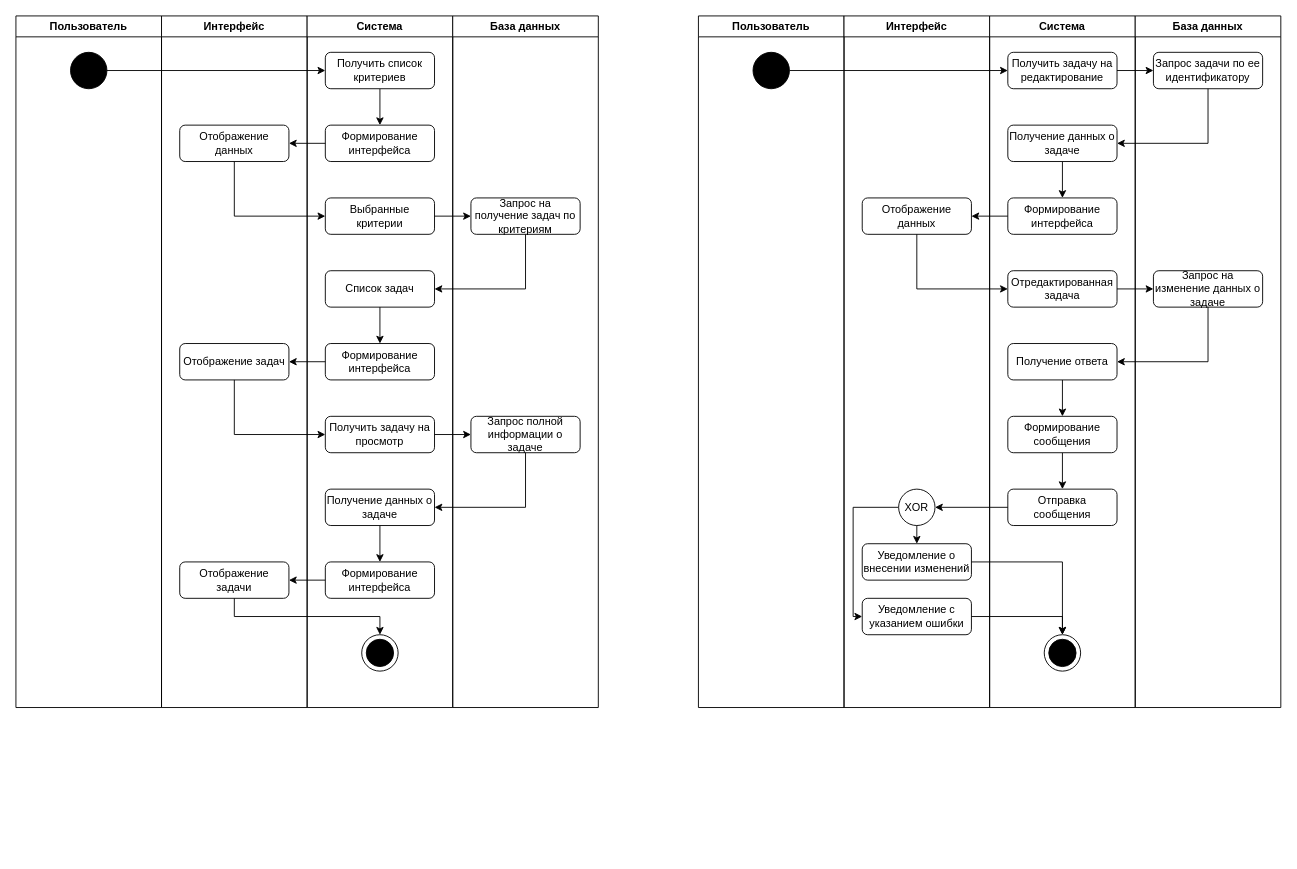
Earlier version of the draw.io diagram ActivityDiagram.drawio (BaronVice/schemas). Source tidied: cells renumbered, new cells numbered last; positions are measured from the earlier drawing's top-left corner, leaving out a move shared by most shapes. Both pictures are drawn from the tidied source at 91%, with x=0, y=0 at pixel (15, 15).
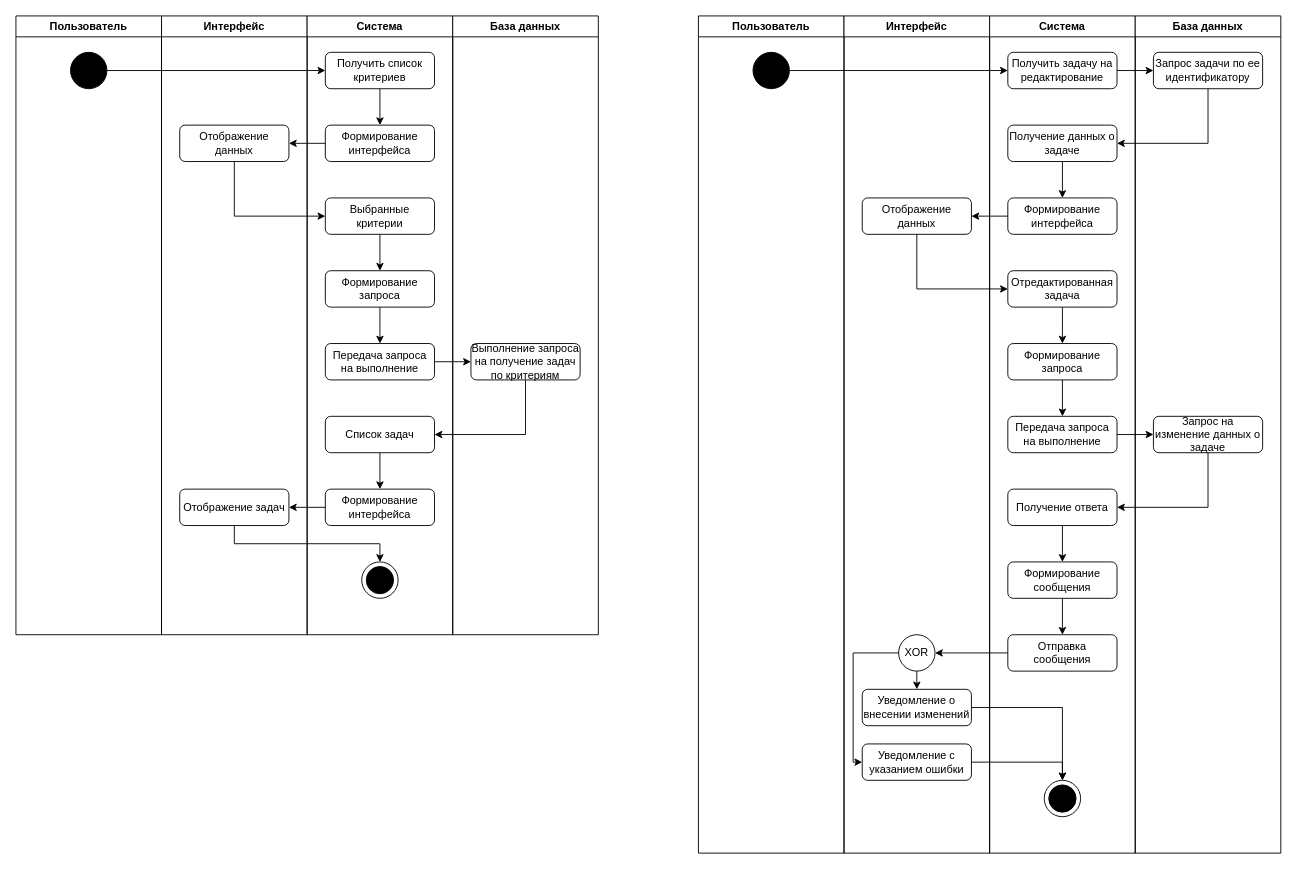
After the change.

Unchanged cells that the change refers to:
```xml
<mxCell id="14" value="Выбранные критерии" style="rounded=1;whiteSpace=wrap;html=1;" parent="8" vertex="1">
  <mxGeometry x="20" y="200" width="120" height="40" as="geometry" />
</mxCell>
<mxCell id="44" value="Отредактированная задача" style="rounded=1;whiteSpace=wrap;html=1;" parent="42" vertex="1">
  <mxGeometry x="-140" y="280" width="120" height="40" as="geometry" />
</mxCell>
```

Change to the diagram source:
```diff
@@
     <mxCell id="2" value="Пользователь" style="swimlane;whiteSpace=wrap;html=1;" parent="1" vertex="1">
-      <mxGeometry width="160" height="760" as="geometry" />
+      <mxGeometry width="160" height="680" as="geometry" />
     </mxCell>
@@
     <mxCell id="4" value="Интерфейс" style="swimlane;whiteSpace=wrap;html=1;" parent="1" vertex="1">
-      <mxGeometry x="160" width="160" height="760" as="geometry" />
+      <mxGeometry x="160" width="160" height="680" as="geometry" />
     </mxCell>
@@
     <mxCell id="6" value="Отображение задач" style="rounded=1;whiteSpace=wrap;html=1;" parent="4" vertex="1">
-      <mxGeometry x="20" y="360" width="120" height="40" as="geometry" />
+      <mxGeometry x="20" y="520" width="120" height="40" as="geometry" />
     </mxCell>
-    <mxCell id="7" value="Отображение задачи" style="rounded=1;whiteSpace=wrap;html=1;" parent="4" vertex="1">
-      <mxGeometry x="20" y="600" width="120" height="40" as="geometry" />
-    </mxCell>
     <mxCell id="8" value="Система" style="swimlane;whiteSpace=wrap;html=1;" parent="1" vertex="1">
-      <mxGeometry x="320" width="160" height="760" as="geometry" />
+      <mxGeometry x="320" width="160" height="680" as="geometry" />
     </mxCell>
@@
     <mxCell id="12" style="ellipse;whiteSpace=wrap;html=1;" parent="8" vertex="1">
-      <mxGeometry x="60" y="680" width="40" height="40" as="geometry" />
+      <mxGeometry x="60" y="600" width="40" height="40" as="geometry" />
     </mxCell>
     <mxCell id="13" style="ellipse;whiteSpace=wrap;html=1;fillColor=#000000;" parent="8" vertex="1">
-      <mxGeometry x="65" y="685" width="30" height="30" as="geometry" />
+      <mxGeometry x="65" y="605" width="30" height="30" as="geometry" />
     </mxCell>
+    <mxCell id="71" style="edgeStyle=orthogonalEdgeStyle;rounded=0;jettySize=auto;html=1;exitX=0.5;exitY=1;exitDx=0;exitDy=0;entryX=0.5;entryY=0;entryDx=0;entryDy=0;" parent="8" edge="1" source="14" target="73">
+      <mxGeometry relative="1" as="geometry" />
+    </mxCell>
@@
+    <mxCell id="19" style="edgeStyle=orthogonalEdgeStyle;rounded=0;orthogonalLoop=1;jettySize=auto;html=1;exitX=0.5;exitY=1;exitDx=0;exitDy=0;entryX=0.5;entryY=0;entryDx=0;entryDy=0;" parent="8" edge="1">
+      <mxGeometry relative="1" as="geometry">
+        <mxPoint x="80" y="560" as="sourcePoint" />
+      </mxGeometry>
+    </mxCell>
+    <mxCell id="72" style="edgeStyle=orthogonalEdgeStyle;rounded=0;jettySize=auto;html=1;exitX=0.5;exitY=1;exitDx=0;exitDy=0;entryX=0.5;entryY=0;entryDx=0;entryDy=0;" parent="8" edge="1" source="73" target="74">
+      <mxGeometry relative="1" as="geometry" />
+    </mxCell>
+    <mxCell id="73" value="Формирование запроса" style="rounded=1;whiteSpace=wrap;html=1;" parent="8" vertex="1">
+      <mxGeometry x="20" y="280" width="120" height="40" as="geometry" />
+    </mxCell>
+    <mxCell id="74" value="Передача запроса на выполнение" style="rounded=1;whiteSpace=wrap;html=1;" parent="8" vertex="1">
+      <mxGeometry x="20" y="360" width="120" height="40" as="geometry" />
+    </mxCell>
     <mxCell id="15" value="Список задач" style="rounded=1;whiteSpace=wrap;html=1;" parent="8" vertex="1">
-      <mxGeometry x="20" y="280" width="120" height="40" as="geometry" />
+      <mxGeometry x="20" y="440" width="120" height="40" as="geometry" />
     </mxCell>
     <mxCell id="16" value="Формирование интерфейса" style="rounded=1;whiteSpace=wrap;html=1;" parent="8" vertex="1">
-      <mxGeometry x="20" y="360" width="120" height="40" as="geometry" />
+      <mxGeometry x="20" y="520" width="120" height="40" as="geometry" />
     </mxCell>
@@
-    <mxCell id="18" value="Получить задачу на просмотр" style="rounded=1;whiteSpace=wrap;html=1;" parent="8" vertex="1">
-      <mxGeometry x="20" y="440" width="120" height="40" as="geometry" />
-    </mxCell>
-    <mxCell id="19" style="edgeStyle=orthogonalEdgeStyle;rounded=0;jettySize=auto;html=1;exitX=0.5;exitY=1;exitDx=0;exitDy=0;entryX=0.5;entryY=0;entryDx=0;entryDy=0;" parent="8" edge="1" source="20" target="21">
-      <mxGeometry relative="1" as="geometry" />
-    </mxCell>
-    <mxCell id="20" value="Получение данных о задаче" style="rounded=1;whiteSpace=wrap;html=1;" parent="8" vertex="1">
-      <mxGeometry x="20" y="520" width="120" height="40" as="geometry" />
-    </mxCell>
-    <mxCell id="21" value="Формирование интерфейса" style="rounded=1;whiteSpace=wrap;html=1;" parent="8" vertex="1">
-      <mxGeometry x="20" y="600" width="120" height="40" as="geometry" />
-    </mxCell>
     <mxCell id="22" value="База данных" style="swimlane;whiteSpace=wrap;html=1;" parent="1" vertex="1">
-      <mxGeometry x="480" width="160" height="760" as="geometry" />
+      <mxGeometry x="480" width="160" height="680" as="geometry" />
     </mxCell>
-    <mxCell id="23" value="Запрос на получение задач по критериям" style="rounded=1;whiteSpace=wrap;html=1;" parent="22" vertex="1">
-      <mxGeometry x="20" y="200" width="120" height="40" as="geometry" />
+    <mxCell id="23" value="Выполнение запроса на получение задач по критериям" style="rounded=1;whiteSpace=wrap;html=1;" parent="22" vertex="1">
+      <mxGeometry x="20" y="360" width="120" height="40" as="geometry" />
     </mxCell>
-    <mxCell id="24" value="Запрос полной информации о задаче" style="rounded=1;whiteSpace=wrap;html=1;" parent="22" vertex="1">
-      <mxGeometry x="20" y="440" width="120" height="40" as="geometry" />
-    </mxCell>
@@
     <mxCell id="26" value="Пользователь" style="swimlane;whiteSpace=wrap;html=1;" parent="1" vertex="1">
-      <mxGeometry x="750" width="160" height="760" as="geometry" />
+      <mxGeometry x="750" width="160" height="920" as="geometry" />
     </mxCell>
@@
     <mxCell id="28" value="Интерфейс" style="swimlane;whiteSpace=wrap;html=1;" parent="1" vertex="1">
-      <mxGeometry x="910" width="160" height="760" as="geometry" />
+      <mxGeometry x="910" width="160" height="920" as="geometry" />
     </mxCell>
@@
-    <mxCell id="30" value="Уведомление о внесении изменений" style="rounded=1;whiteSpace=wrap;html=1;" parent="28" vertex="1">
-      <mxGeometry x="20" y="580" width="120" height="40" as="geometry" />
-    </mxCell>
-    <mxCell id="31" value="Уведомление с указанием ошибки" style="rounded=1;whiteSpace=wrap;html=1;" parent="28" vertex="1">
-      <mxGeometry x="20" y="640" width="120" height="40" as="geometry" />
-    </mxCell>
-    <mxCell id="32" style="edgeStyle=orthogonalEdgeStyle;rounded=0;jettySize=auto;html=1;exitX=0.5;exitY=1;exitDx=0;exitDy=0;entryX=0.5;entryY=0;entryDx=0;entryDy=0;" parent="28" edge="1" source="34" target="30">
-      <mxGeometry relative="1" as="geometry" />
-    </mxCell>
-    <mxCell id="33" style="edgeStyle=orthogonalEdgeStyle;rounded=0;jettySize=auto;html=1;exitX=0;exitY=0.5;exitDx=0;exitDy=0;entryX=0;entryY=0.5;entryDx=0;entryDy=0;" parent="28" edge="1" source="34" target="31">
-      <mxGeometry relative="1" as="geometry">
-        <Array as="points">
-          <mxPoint x="10" y="540" />
-          <mxPoint x="10" y="660" />
-        </Array>
-      </mxGeometry>
-    </mxCell>
-    <mxCell id="34" value="XOR" style="ellipse;whiteSpace=wrap;html=1;" parent="28" vertex="1">
-      <mxGeometry x="60" y="520" width="40" height="40" as="geometry" />
-    </mxCell>
     <mxCell id="35" value="Система" style="swimlane;whiteSpace=wrap;html=1;" parent="1" vertex="1">
-      <mxGeometry x="1070" width="160" height="760" as="geometry" />
+      <mxGeometry x="1070" width="160" height="920" as="geometry" />
     </mxCell>
@@
+    <mxCell id="50" value="Запрос на изменение данных о задаче" style="rounded=1;whiteSpace=wrap;html=1;" parent="35" vertex="1">
+      <mxGeometry x="180" y="440" width="120" height="40" as="geometry" />
+    </mxCell>
+    <mxCell id="46" value="Получение ответа" style="rounded=1;whiteSpace=wrap;html=1;" parent="35" vertex="1">
+      <mxGeometry x="20" y="520" width="120" height="40" as="geometry" />
+    </mxCell>
+    <mxCell id="48" value="&lt;div&gt;Формирование сообщения&lt;/div&gt;" style="rounded=1;whiteSpace=wrap;html=1;" parent="35" vertex="1">
+      <mxGeometry x="20" y="600" width="120" height="40" as="geometry" />
+    </mxCell>
+    <mxCell id="49" value="&lt;div&gt;Отправка сообщения&lt;/div&gt;" style="rounded=1;whiteSpace=wrap;html=1;" parent="35" vertex="1">
+      <mxGeometry x="20" y="680" width="120" height="40" as="geometry" />
+    </mxCell>
+    <mxCell id="34" value="XOR" style="ellipse;whiteSpace=wrap;html=1;" parent="35" vertex="1">
+      <mxGeometry x="-100" y="680" width="40" height="40" as="geometry" />
+    </mxCell>
+    <mxCell id="30" value="Уведомление о внесении изменений" style="rounded=1;whiteSpace=wrap;html=1;" parent="35" vertex="1">
+      <mxGeometry x="-140" y="740" width="120" height="40" as="geometry" />
+    </mxCell>
+    <mxCell id="31" value="Уведомление с указанием ошибки" style="rounded=1;whiteSpace=wrap;html=1;" parent="35" vertex="1">
+      <mxGeometry x="-140" y="800" width="120" height="40" as="geometry" />
+    </mxCell>
+    <mxCell id="52" style="edgeStyle=orthogonalEdgeStyle;rounded=0;jettySize=auto;html=1;exitX=0.5;exitY=1;exitDx=0;exitDy=0;entryX=1;entryY=0.5;entryDx=0;entryDy=0;" parent="35" edge="1" source="50" target="46">
+      <mxGeometry relative="1" as="geometry" />
+    </mxCell>
     <mxCell id="40" style="ellipse;whiteSpace=wrap;html=1;" parent="35" vertex="1">
-      <mxGeometry x="60" y="680" width="40" height="40" as="geometry" />
+      <mxGeometry x="60" y="840" width="40" height="40" as="geometry" />
     </mxCell>
+    <mxCell id="45" style="edgeStyle=orthogonalEdgeStyle;rounded=0;jettySize=auto;html=1;exitX=0.5;exitY=1;exitDx=0;exitDy=0;entryX=0.5;entryY=0;entryDx=0;entryDy=0;" parent="35" edge="1" source="46" target="48">
+      <mxGeometry relative="1" as="geometry" />
+    </mxCell>
     <mxCell id="41" style="ellipse;whiteSpace=wrap;html=1;fillColor=#000000;" parent="35" vertex="1">
-      <mxGeometry x="65" y="685" width="30" height="30" as="geometry" />
+      <mxGeometry x="65" y="845" width="30" height="30" as="geometry" />
     </mxCell>
+    <mxCell id="47" style="edgeStyle=orthogonalEdgeStyle;rounded=0;jettySize=auto;html=1;exitX=0.5;exitY=1;exitDx=0;exitDy=0;entryX=0.5;entryY=0;entryDx=0;entryDy=0;" parent="35" edge="1" source="48" target="49">
+      <mxGeometry relative="1" as="geometry" />
+    </mxCell>
+    <mxCell id="58" style="edgeStyle=orthogonalEdgeStyle;rounded=0;jettySize=auto;html=1;exitX=0;exitY=0.5;exitDx=0;exitDy=0;entryX=1;entryY=0.5;entryDx=0;entryDy=0;" parent="35" edge="1" source="49" target="34">
+      <mxGeometry relative="1" as="geometry" />
+    </mxCell>
+    <mxCell id="59" style="edgeStyle=orthogonalEdgeStyle;rounded=0;jettySize=auto;html=1;exitX=1;exitY=0.5;exitDx=0;exitDy=0;entryX=0.5;entryY=0;entryDx=0;entryDy=0;" parent="35" edge="1" source="30" target="40">
+      <mxGeometry relative="1" as="geometry" />
+    </mxCell>
+    <mxCell id="32" style="edgeStyle=orthogonalEdgeStyle;rounded=0;jettySize=auto;html=1;exitX=0.5;exitY=1;exitDx=0;exitDy=0;entryX=0.5;entryY=0;entryDx=0;entryDy=0;" parent="35" edge="1" source="34" target="30">
+      <mxGeometry relative="1" as="geometry" />
+    </mxCell>
+    <mxCell id="60" style="edgeStyle=orthogonalEdgeStyle;rounded=0;jettySize=auto;html=1;exitX=1;exitY=0.5;exitDx=0;exitDy=0;entryX=0.5;entryY=0;entryDx=0;entryDy=0;" parent="35" edge="1" source="31" target="40">
+      <mxGeometry relative="1" as="geometry" />
+    </mxCell>
+    <mxCell id="33" style="edgeStyle=orthogonalEdgeStyle;rounded=0;jettySize=auto;html=1;exitX=0;exitY=0.5;exitDx=0;exitDy=0;entryX=0;entryY=0.5;entryDx=0;entryDy=0;" parent="35" edge="1" source="34" target="31">
+      <mxGeometry relative="1" as="geometry">
+        <Array as="points">
+          <mxPoint x="-150" y="700" />
+          <mxPoint x="-150" y="820" />
+        </Array>
+      </mxGeometry>
+    </mxCell>
+    <mxCell id="75" style="edgeStyle=orthogonalEdgeStyle;rounded=0;jettySize=auto;html=1;exitX=0.5;exitY=1;exitDx=0;exitDy=0;entryX=0.5;entryY=0;entryDx=0;entryDy=0;" parent="35" edge="1" source="76" target="78">
+      <mxGeometry relative="1" as="geometry" />
+    </mxCell>
+    <mxCell id="76" value="Формирование запроса" style="rounded=1;whiteSpace=wrap;html=1;" parent="35" vertex="1">
+      <mxGeometry x="20" y="360" width="120" height="40" as="geometry" />
+    </mxCell>
+    <mxCell id="77" style="edgeStyle=orthogonalEdgeStyle;rounded=0;jettySize=auto;html=1;exitX=1;exitY=0.5;exitDx=0;exitDy=0;entryX=0;entryY=0.5;entryDx=0;entryDy=0;" parent="35" edge="1" source="78" target="50">
+      <mxGeometry relative="1" as="geometry" />
+    </mxCell>
+    <mxCell id="78" value="Передача запроса на выполнение" style="rounded=1;whiteSpace=wrap;html=1;" parent="35" vertex="1">
+      <mxGeometry x="20" y="440" width="120" height="40" as="geometry" />
+    </mxCell>
     <mxCell id="42" value="База данных" style="swimlane;whiteSpace=wrap;html=1;" parent="1" vertex="1">
-      <mxGeometry x="1230" width="160" height="760" as="geometry" />
+      <mxGeometry x="1230" width="160" height="920" as="geometry" />
     </mxCell>
@@
-    <mxCell id="45" style="edgeStyle=orthogonalEdgeStyle;rounded=0;jettySize=auto;html=1;exitX=0.5;exitY=1;exitDx=0;exitDy=0;entryX=0.5;entryY=0;entryDx=0;entryDy=0;" parent="42" edge="1" source="46" target="48">
-      <mxGeometry relative="1" as="geometry" />
-    </mxCell>
-    <mxCell id="46" value="Получение ответа" style="rounded=1;whiteSpace=wrap;html=1;" parent="42" vertex="1">
-      <mxGeometry x="-140" y="360" width="120" height="40" as="geometry" />
-    </mxCell>
-    <mxCell id="47" style="edgeStyle=orthogonalEdgeStyle;rounded=0;jettySize=auto;html=1;exitX=0.5;exitY=1;exitDx=0;exitDy=0;entryX=0.5;entryY=0;entryDx=0;entryDy=0;" parent="42" edge="1" source="48" target="49">
-      <mxGeometry relative="1" as="geometry" />
-    </mxCell>
-    <mxCell id="48" value="&lt;div&gt;Формирование сообщения&lt;/div&gt;" style="rounded=1;whiteSpace=wrap;html=1;" parent="42" vertex="1">
-      <mxGeometry x="-140" y="440" width="120" height="40" as="geometry" />
-    </mxCell>
-    <mxCell id="49" value="&lt;div&gt;Отправка сообщения&lt;/div&gt;" style="rounded=1;whiteSpace=wrap;html=1;" parent="42" vertex="1">
-      <mxGeometry x="-140" y="520" width="120" height="40" as="geometry" />
-    </mxCell>
-    <mxCell id="50" value="Запрос на изменение данных о задаче" style="rounded=1;whiteSpace=wrap;html=1;" parent="42" vertex="1">
-      <mxGeometry x="20" y="280" width="120" height="40" as="geometry" />
-    </mxCell>
-    <mxCell id="51" style="edgeStyle=orthogonalEdgeStyle;rounded=0;jettySize=auto;html=1;exitX=1;exitY=0.5;exitDx=0;exitDy=0;entryX=0;entryY=0.5;entryDx=0;entryDy=0;" parent="42" edge="1" source="44" target="50">
-      <mxGeometry relative="1" as="geometry" />
-    </mxCell>
-    <mxCell id="52" style="edgeStyle=orthogonalEdgeStyle;rounded=0;jettySize=auto;html=1;exitX=0.5;exitY=1;exitDx=0;exitDy=0;entryX=1;entryY=0.5;entryDx=0;entryDy=0;" parent="42" edge="1" source="50" target="46">
-      <mxGeometry relative="1" as="geometry" />
-    </mxCell>
@@
-    <mxCell id="58" style="edgeStyle=orthogonalEdgeStyle;rounded=0;jettySize=auto;html=1;exitX=0;exitY=0.5;exitDx=0;exitDy=0;entryX=1;entryY=0.5;entryDx=0;entryDy=0;" parent="1" edge="1" source="49" target="34">
-      <mxGeometry relative="1" as="geometry" />
-    </mxCell>
-    <mxCell id="59" style="edgeStyle=orthogonalEdgeStyle;rounded=0;jettySize=auto;html=1;exitX=1;exitY=0.5;exitDx=0;exitDy=0;entryX=0.5;entryY=0;entryDx=0;entryDy=0;" parent="1" edge="1" source="30" target="40">
-      <mxGeometry relative="1" as="geometry" />
-    </mxCell>
-    <mxCell id="60" style="edgeStyle=orthogonalEdgeStyle;rounded=0;jettySize=auto;html=1;exitX=1;exitY=0.5;exitDx=0;exitDy=0;entryX=0.5;entryY=0;entryDx=0;entryDy=0;" parent="1" edge="1" source="31" target="40">
-      <mxGeometry relative="1" as="geometry" />
-    </mxCell>
@@
-    <mxCell id="62" style="edgeStyle=orthogonalEdgeStyle;rounded=0;jettySize=auto;html=1;exitX=1;exitY=0.5;exitDx=0;exitDy=0;entryX=0;entryY=0.5;entryDx=0;entryDy=0;" parent="1" edge="1" source="14" target="23">
-      <mxGeometry relative="1" as="geometry" />
-    </mxCell>
-    <mxCell id="63" style="edgeStyle=orthogonalEdgeStyle;rounded=0;jettySize=auto;html=1;exitX=0.5;exitY=1;exitDx=0;exitDy=0;entryX=1;entryY=0.5;entryDx=0;entryDy=0;" parent="1" edge="1" source="23" target="15">
-      <mxGeometry relative="1" as="geometry" />
-    </mxCell>
@@
-    <mxCell id="65" style="edgeStyle=orthogonalEdgeStyle;rounded=0;jettySize=auto;html=1;exitX=0;exitY=0.5;exitDx=0;exitDy=0;entryX=1;entryY=0.5;entryDx=0;entryDy=0;" parent="1" edge="1" source="16" target="6">
-      <mxGeometry relative="1" as="geometry" />
-    </mxCell>
-    <mxCell id="66" style="edgeStyle=orthogonalEdgeStyle;rounded=0;jettySize=auto;html=1;exitX=0.5;exitY=1;exitDx=0;exitDy=0;entryX=0;entryY=0.5;entryDx=0;entryDy=0;" parent="1" edge="1" source="6" target="18">
+    <mxCell id="66" style="edgeStyle=orthogonalEdgeStyle;rounded=0;jettySize=auto;html=1;exitX=0.5;exitY=1;exitDx=0;exitDy=0;entryX=0.5;entryY=0;entryDx=0;entryDy=0;" parent="1" edge="1" source="6" target="12">
       <mxGeometry relative="1" as="geometry" />
     </mxCell>
-    <mxCell id="67" style="edgeStyle=orthogonalEdgeStyle;rounded=0;jettySize=auto;html=1;exitX=1;exitY=0.5;exitDx=0;exitDy=0;entryX=0;entryY=0.5;entryDx=0;entryDy=0;" parent="1" edge="1" source="18" target="24">
-      <mxGeometry relative="1" as="geometry" />
+    <mxCell id="67" style="edgeStyle=orthogonalEdgeStyle;rounded=0;orthogonalLoop=1;jettySize=auto;html=1;exitX=1;exitY=0.5;exitDx=0;exitDy=0;entryX=0;entryY=0.5;entryDx=0;entryDy=0;" parent="1" edge="1">
+      <mxGeometry relative="1" as="geometry">
+        <mxPoint x="460" y="460" as="sourcePoint" />
+      </mxGeometry>
     </mxCell>
-    <mxCell id="68" style="edgeStyle=orthogonalEdgeStyle;rounded=0;jettySize=auto;html=1;exitX=0.5;exitY=1;exitDx=0;exitDy=0;entryX=1;entryY=0.5;entryDx=0;entryDy=0;" parent="1" edge="1" source="24" target="20">
-      <mxGeometry relative="1" as="geometry" />
+    <mxCell id="68" style="edgeStyle=orthogonalEdgeStyle;rounded=0;orthogonalLoop=1;jettySize=auto;html=1;exitX=0.5;exitY=1;exitDx=0;exitDy=0;entryX=1;entryY=0.5;entryDx=0;entryDy=0;" parent="1" edge="1">
+      <mxGeometry relative="1" as="geometry">
+        <mxPoint x="560" y="480" as="sourcePoint" />
+      </mxGeometry>
     </mxCell>
-    <mxCell id="69" style="edgeStyle=orthogonalEdgeStyle;rounded=0;jettySize=auto;html=1;exitX=0;exitY=0.5;exitDx=0;exitDy=0;entryX=1;entryY=0.5;entryDx=0;entryDy=0;" parent="1" edge="1" source="21" target="7">
-      <mxGeometry relative="1" as="geometry" />
+    <mxCell id="69" style="edgeStyle=orthogonalEdgeStyle;rounded=0;orthogonalLoop=1;jettySize=auto;html=1;exitX=0;exitY=0.5;exitDx=0;exitDy=0;entryX=1;entryY=0.5;entryDx=0;entryDy=0;" parent="1" edge="1">
+      <mxGeometry relative="1" as="geometry">
+        <mxPoint x="300" y="620" as="targetPoint" />
+      </mxGeometry>
     </mxCell>
-    <mxCell id="70" style="edgeStyle=orthogonalEdgeStyle;rounded=0;jettySize=auto;html=1;exitX=0.5;exitY=1;exitDx=0;exitDy=0;entryX=0.5;entryY=0;entryDx=0;entryDy=0;" parent="1" edge="1" source="7" target="12">
-      <mxGeometry relative="1" as="geometry" />
-    </mxCell>
+    <mxCell id="63" style="edgeStyle=orthogonalEdgeStyle;rounded=0;jettySize=auto;html=1;exitX=0.5;exitY=1;exitDx=0;exitDy=0;entryX=1;entryY=0.5;entryDx=0;entryDy=0;" parent="1" edge="1" source="23" target="15">
+      <mxGeometry relative="1" as="geometry" />
+    </mxCell>
+    <mxCell id="65" style="edgeStyle=orthogonalEdgeStyle;rounded=0;jettySize=auto;html=1;exitX=0;exitY=0.5;exitDx=0;exitDy=0;entryX=1;entryY=0.5;entryDx=0;entryDy=0;" parent="1" edge="1" source="16" target="6">
+      <mxGeometry relative="1" as="geometry" />
+    </mxCell>
+    <mxCell id="79" style="edgeStyle=orthogonalEdgeStyle;rounded=0;jettySize=auto;html=1;exitX=1;exitY=0.5;exitDx=0;exitDy=0;entryX=0;entryY=0.5;entryDx=0;entryDy=0;" parent="1" edge="1" source="74" target="23">
+      <mxGeometry relative="1" as="geometry" />
+    </mxCell>
+    <mxCell id="80" style="edgeStyle=orthogonalEdgeStyle;rounded=0;jettySize=auto;html=1;exitX=0.5;exitY=1;exitDx=0;exitDy=0;entryX=0.5;entryY=0;entryDx=0;entryDy=0;" parent="1" edge="1" source="44" target="76">
+      <mxGeometry relative="1" as="geometry" />
+    </mxCell>
```
